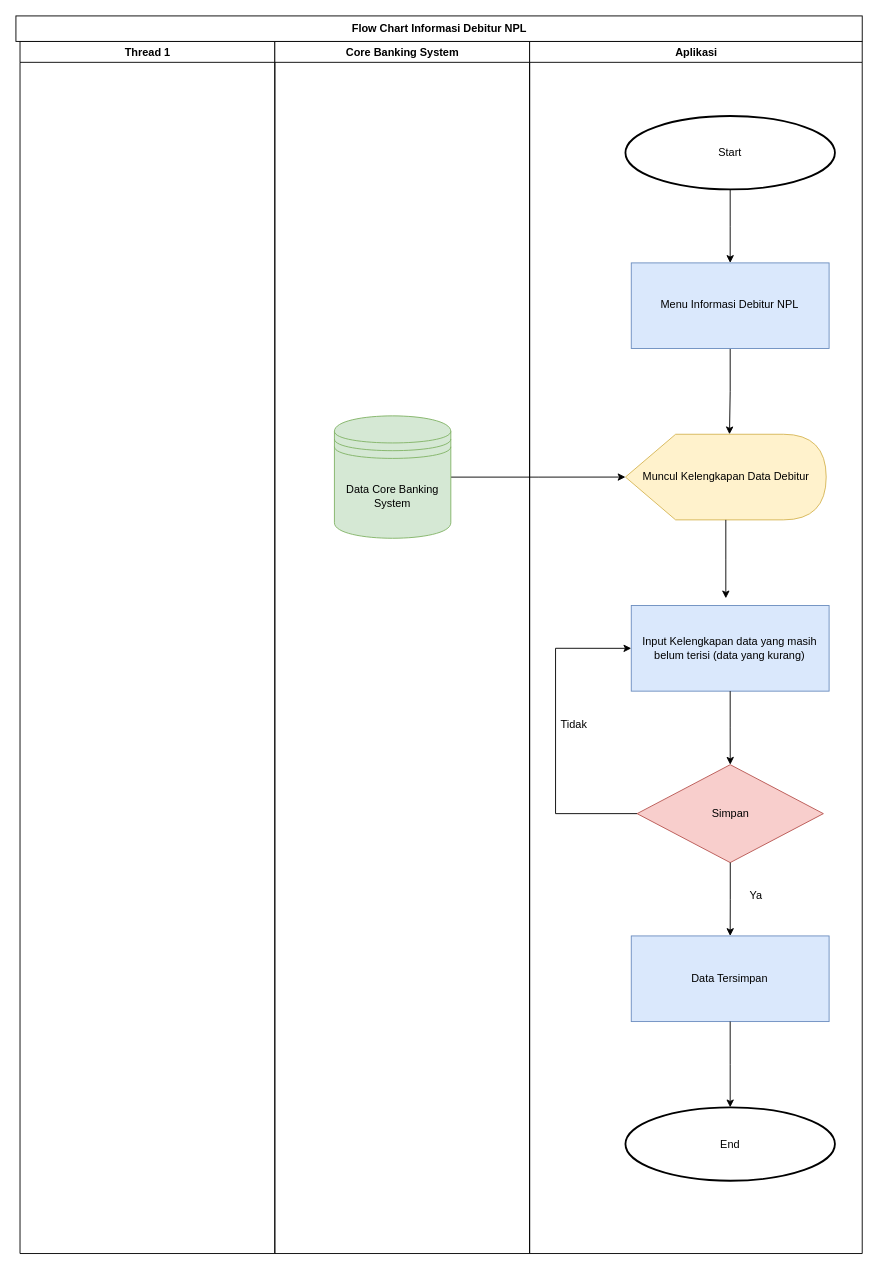
Above: page "Informasi Debitur Bermasalah" (1 of 3) of Untitled Diagram.drawio in CharismaJuniK/File (draw.io), before the change. Source tidied: cells renumbered, new cells numbered last; positions are measured from the earlier drawing's top-left corner, leaving out a move shared by most shapes. Both pictures are drawn from the tidied source at 91%, with x=0, y=0 at pixel (15, 15).
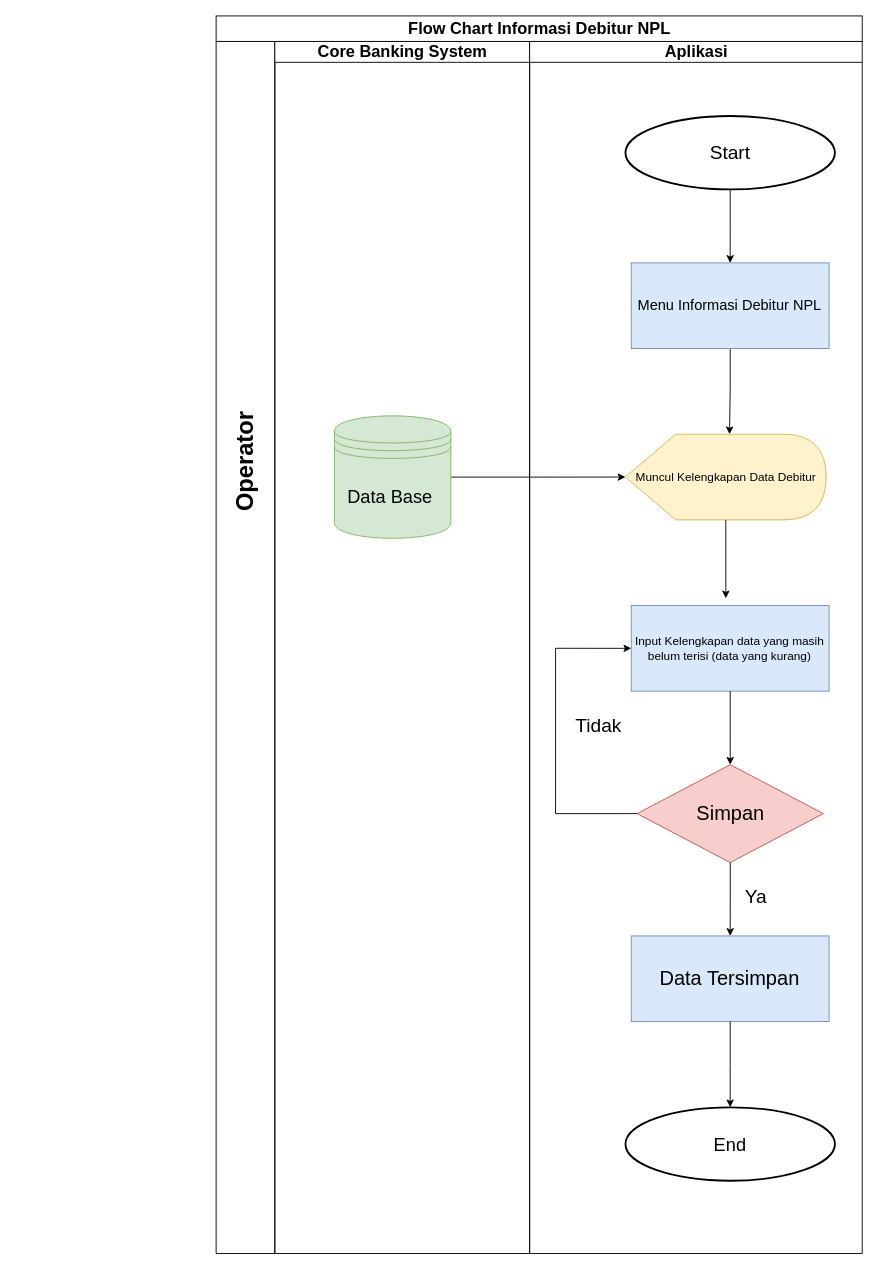
The same page after the edit.

The change refers to these unchanged cells:
```xml
<mxCell id="6" style="group;" parent="1" vertex="1">
  <mxGeometry x="350" y="110" width="550" height="1170" as="geometry" />
</mxCell>
```

The edit, as a diff of the source:
```diff
@@
-    <mxCell id="2" value="Thread 1" style="swimlane;whiteSpace=wrap;" parent="1" vertex="1">
-      <mxGeometry x="4.5" y="28" width="280" height="1332" as="geometry" />
+    <mxCell id="2" style="swimlane;whiteSpace=wrap;labelBackgroundColor=#FFFFFF;startSize=1332;" parent="1" vertex="1">
+      <mxGeometry x="220" y="28" width="64.5" height="1332" as="geometry" />
     </mxCell>
-    <mxCell id="3" value="Core Banking System" style="swimlane;whiteSpace=wrap;" parent="1" vertex="1">
+    <mxCell id="3" value="Core Banking System" style="swimlane;whiteSpace=wrap;fontSize=18;" parent="1" vertex="1">
       <mxGeometry x="284.5" y="28" width="280" height="1332" as="geometry" />
     </mxCell>
-    <mxCell id="4" value="Aplikasi" style="swimlane;whiteSpace=wrap;" parent="1" vertex="1">
+    <mxCell id="4" value="Aplikasi" style="swimlane;whiteSpace=wrap;fontSize=18;" parent="1" vertex="1">
       <mxGeometry x="564.5" y="28" width="365.5" height="1332" as="geometry" />
     </mxCell>
-    <mxCell id="5" value="&lt;span style=&quot;font-weight: 700&quot;&gt;Flow Chart Informasi Debitur NPL&lt;/span&gt;" style="html=1;" parent="1" vertex="1">
-      <mxGeometry width="930" height="28" as="geometry" />
+    <mxCell id="5" value="&lt;span style=&quot;font-weight: 700&quot;&gt;&lt;font style=&quot;font-size: 18px&quot;&gt;Flow Chart Informasi Debitur NPL&lt;/font&gt;&lt;/span&gt;" style="html=1;" parent="1" vertex="1">
+      <mxGeometry x="220" width="710" height="28" as="geometry" />
     </mxCell>
@@
-    <mxCell id="8" value="Start" style="strokeWidth=2;html=1;shape=mxgraph.flowchart.start_1;whiteSpace=wrap;" parent="6" vertex="1">
+    <mxCell id="8" value="&lt;font style=&quot;font-size: 21px&quot;&gt;Start&lt;/font&gt;" style="strokeWidth=2;html=1;shape=mxgraph.flowchart.start_1;whiteSpace=wrap;" parent="6" vertex="1">
       <mxGeometry x="319.8" width="230.2" height="80.7" as="geometry" />
     </mxCell>
-    <mxCell id="9" value="Muncul Kelengkapan Data Debitur" style="shape=display;whiteSpace=wrap;html=1;fillColor=#fff2cc;strokeColor=#d6b656;" parent="6" vertex="1">
+    <mxCell id="9" value="&lt;font style=&quot;font-size: 13px&quot;&gt;Muncul Kelengkapan Data Debitur&lt;/font&gt;" style="shape=display;whiteSpace=wrap;html=1;fillColor=#fff2cc;strokeColor=#d6b656;" parent="6" vertex="1">
       <mxGeometry x="319.8" y="349.7" width="220.6" height="94.1" as="geometry" />
     </mxCell>
@@
-    <mxCell id="11" value="Menu Informasi Debitur NPL" style="rounded=0;whiteSpace=wrap;html=1;fillColor=#dae8fc;strokeColor=#6c8ebf;" parent="6" vertex="1">
+    <mxCell id="11" value="&lt;font style=&quot;font-size: 16px&quot;&gt;Menu Informasi Debitur NPL&lt;/font&gt;" style="rounded=0;whiteSpace=wrap;html=1;fillColor=#dae8fc;strokeColor=#6c8ebf;" parent="6" vertex="1">
       <mxGeometry x="326.2" y="161.4" width="217.4" height="94.1" as="geometry" />
     </mxCell>
-    <mxCell id="12" value="Input Kelengkapan data yang masih belum terisi (data yang kurang)" style="rounded=0;whiteSpace=wrap;html=1;fillColor=#dae8fc;strokeColor=#6c8ebf;" parent="6" vertex="1">
+    <mxCell id="12" value="&lt;font style=&quot;font-size: 13px&quot;&gt;Input Kelengkapan data yang masih belum terisi (data yang kurang)&lt;/font&gt;" style="rounded=0;whiteSpace=wrap;html=1;fillColor=#dae8fc;strokeColor=#6c8ebf;" parent="6" vertex="1">
       <mxGeometry x="326.2" y="537.9" width="217.4" height="94.1" as="geometry" />
     </mxCell>
@@
-    <mxCell id="14" value="Simpan" style="rhombus;whiteSpace=wrap;html=1;fillColor=#f8cecc;strokeColor=#b85450;" parent="6" vertex="1">
+    <mxCell id="14" value="&lt;font style=&quot;font-size: 22px&quot;&gt;Simpan&lt;/font&gt;" style="rhombus;whiteSpace=wrap;html=1;fillColor=#f8cecc;strokeColor=#b85450;" parent="6" vertex="1">
       <mxGeometry x="332.6" y="712.8" width="204.7" height="107.6" as="geometry" />
     </mxCell>
@@
-    <mxCell id="16" value="Data Tersimpan" style="rounded=0;whiteSpace=wrap;html=1;fillColor=#dae8fc;strokeColor=#6c8ebf;" parent="6" vertex="1">
+    <mxCell id="16" value="&lt;font style=&quot;font-size: 22px&quot;&gt;Data Tersimpan&lt;/font&gt;" style="rounded=0;whiteSpace=wrap;html=1;fillColor=#dae8fc;strokeColor=#6c8ebf;" parent="6" vertex="1">
       <mxGeometry x="326.2" y="901" width="217.4" height="94.1" as="geometry" />
     </mxCell>
@@
-    <mxCell id="19" value="Data Core Banking System" style="shape=datastore;whiteSpace=wrap;html=1;fillColor=#d5e8d4;strokeColor=#82b366;" parent="6" vertex="1">
+    <mxCell id="19" value="&lt;font style=&quot;font-size: 20px&quot;&gt;Data Base&amp;nbsp;&lt;/font&gt;" style="shape=datastore;whiteSpace=wrap;html=1;fillColor=#d5e8d4;strokeColor=#82b366;" parent="6" vertex="1">
       <mxGeometry y="329.5" width="127.9" height="134.5" as="geometry" />
     </mxCell>
-    <mxCell id="20" value="Ya" style="text;html=1;align=center;verticalAlign=middle;strokeColor=none;" parent="6" vertex="1">
-      <mxGeometry x="447.7" y="847.2" width="30" height="20" as="geometry" />
+    <mxCell id="20" value="&lt;font style=&quot;font-size: 21px&quot;&gt;Ya&lt;/font&gt;" style="text;html=1;align=center;verticalAlign=middle;strokeColor=none;" parent="6" vertex="1">
+      <mxGeometry x="442.7" y="847.2" width="40" height="20" as="geometry" />
     </mxCell>
-    <mxCell id="21" value="Tidak" style="text;html=1;align=center;verticalAlign=middle;strokeColor=none;" parent="6" vertex="1">
-      <mxGeometry x="243" y="659" width="40" height="20" as="geometry" />
+    <mxCell id="21" value="&lt;font style=&quot;font-size: 21px&quot;&gt;Tidak&lt;/font&gt;" style="text;html=1;align=center;verticalAlign=middle;strokeColor=none;" parent="6" vertex="1">
+      <mxGeometry x="254.8" y="659" width="70" height="20" as="geometry" />
     </mxCell>
-    <mxCell id="22" value="End" style="strokeWidth=2;html=1;shape=mxgraph.flowchart.start_1;whiteSpace=wrap;" parent="6" vertex="1">
+    <mxCell id="22" value="&lt;font style=&quot;font-size: 20px&quot;&gt;End&lt;/font&gt;" style="strokeWidth=2;html=1;shape=mxgraph.flowchart.start_1;whiteSpace=wrap;" parent="6" vertex="1">
       <mxGeometry x="319.8" y="1089.3" width="230.2" height="80.7" as="geometry" />
     </mxCell>
@@
+    <mxCell id="25" value="&lt;font style=&quot;font-size: 26px&quot;&gt;Operator&lt;/font&gt;" style="text;html=1;align=center;verticalAlign=middle;strokeColor=none;rotation=-90;fontStyle=1;" parent="1" vertex="1">
+      <mxGeometry x="187.2" y="480" width="130" height="20" as="geometry" />
+    </mxCell>
```
